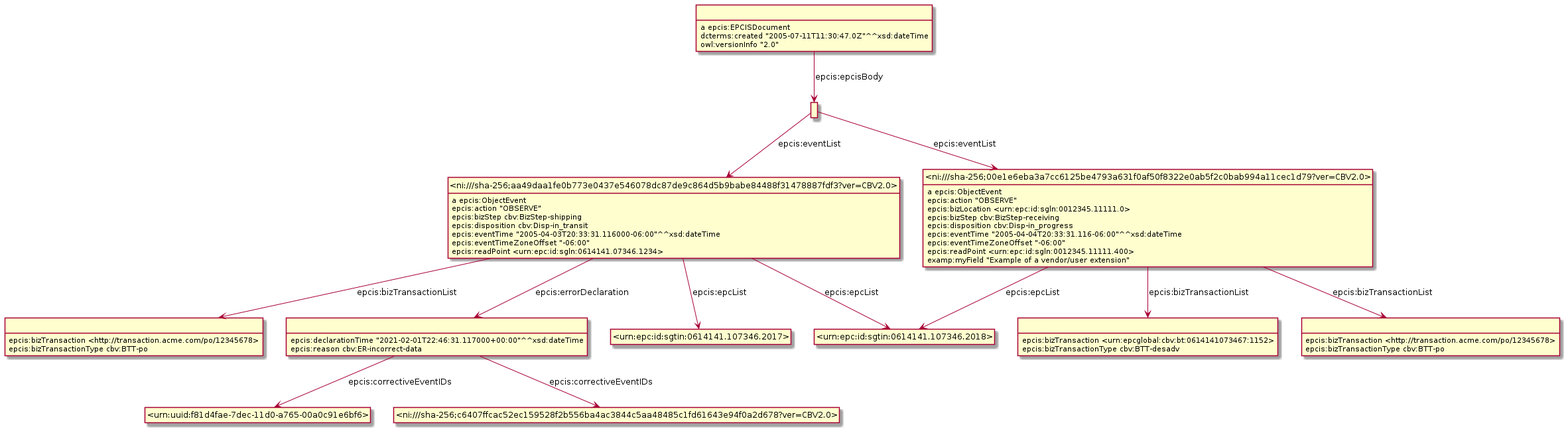
Before: Diagrams/WithErrorDeclaration/Example_9.6.1-ObjectEvent-with-error-declaration.png, a diagram exported from PlantUML (gs1/EPCIS).
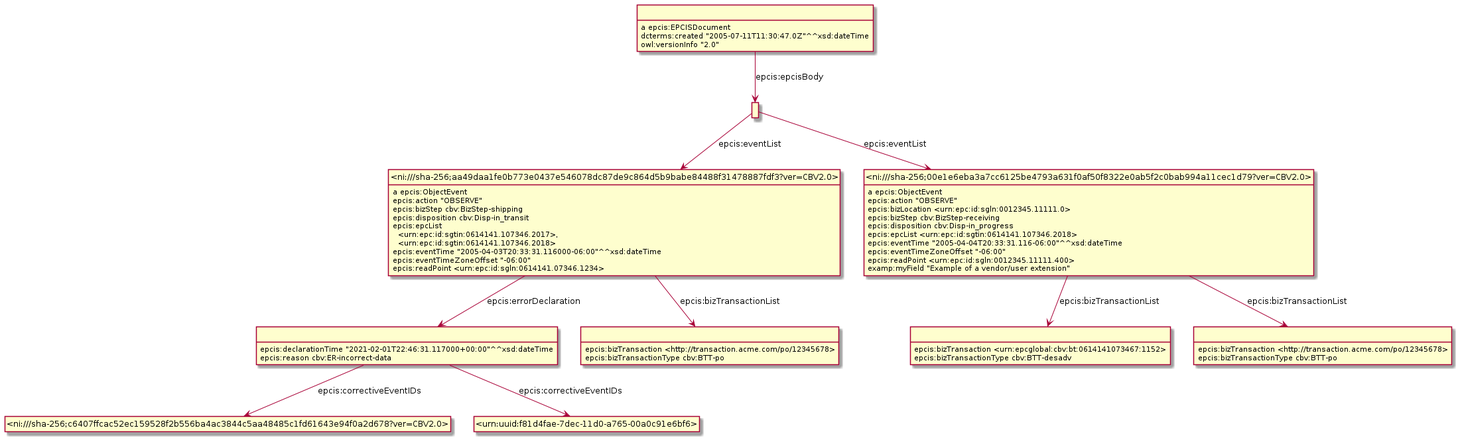
Later version of the same file.

The edit, as a diff of the source:
```diff
@@ -3,55 +3,52 @@
 hide empty attributes
 hide circle
 skinparam classAttributeIconSize 0
-class _r1631887037r2_ as " "
-_r1631887037r2_ : epcis:bizTransaction <http://transaction.acme.com/po/12345678>
-_r1631887037r2_ : epcis:bizTransactionType cbv:BTT-po
-class _r1631887037r0_ as " "
-_r1631887037r0_ : epcis:bizTransaction <urn:epcglobal:cbv:bt:0614141073467:1152>
-_r1631887037r0_ : epcis:bizTransactionType cbv:BTT-desadv
-class _r1631887037r1_ as " "
-_r1631887037r1_ : epcis:bizTransaction <http://transaction.acme.com/po/12345678>
-_r1631887037r1_ : epcis:bizTransactionType cbv:BTT-po
-class _r1631887037r3_ as " "
-class _urn_uuid_f81d4fae_7dec_11d0_a765_00a0c91e6bf6_ as "<urn:uuid:f81d4fae-7dec-11d0-a765-00a0c91e6bf6>"
-_r1631887037r3_ -down-> _urn_uuid_f81d4fae_7dec_11d0_a765_00a0c91e6bf6_ : epcis:correctiveEventIDs
-class _ni_sha_256_c6407ffcac52ec159528f2b556ba4ac3844c5aa48485c1fd61643e94f0a2d678_ver_CBV2_0_ as "<ni:///sha-256;c6407ffcac52ec159528f2b556ba4ac3844c5aa48485c1fd61643e94f0a2d678?ver=CBV2.0>"
-_r1631887037r3_ -down-> _ni_sha_256_c6407ffcac52ec159528f2b556ba4ac3844c5aa48485c1fd61643e94f0a2d678_ver_CBV2_0_ : epcis:correctiveEventIDs
-_r1631887037r3_ : epcis:declarationTime "2021-02-01T22:46:31.117000+00:00"^^xsd:dateTime
-_r1631887037r3_ : epcis:reason cbv:ER-incorrect-data
+class _r1631889703r0_ as " "
+_r1631889703r0_ : epcis:bizTransaction <urn:epcglobal:cbv:bt:0614141073467:1152>
+_r1631889703r0_ : epcis:bizTransactionType cbv:BTT-desadv
 class _ni_sha_256_aa49daa1fe0b773e0437e546078dc87de9c864d5b9babe84488f31478887fdf3_ver_CBV2_0_ as "<ni:///sha-256;aa49daa1fe0b773e0437e546078dc87de9c864d5b9babe84488f31478887fdf3?ver=CBV2.0>"
 _ni_sha_256_aa49daa1fe0b773e0437e546078dc87de9c864d5b9babe84488f31478887fdf3_ver_CBV2_0_ : a epcis:ObjectEvent
-class _urn_epc_id_sgtin_0614141_107346_2017_ as "<urn:epc:id:sgtin:0614141.107346.2017>"
-_ni_sha_256_aa49daa1fe0b773e0437e546078dc87de9c864d5b9babe84488f31478887fdf3_ver_CBV2_0_ -down-> _urn_epc_id_sgtin_0614141_107346_2017_ : epcis:epcList
-class _urn_epc_id_sgtin_0614141_107346_2018_ as "<urn:epc:id:sgtin:0614141.107346.2018>"
-_ni_sha_256_aa49daa1fe0b773e0437e546078dc87de9c864d5b9babe84488f31478887fdf3_ver_CBV2_0_ -down-> _urn_epc_id_sgtin_0614141_107346_2018_ : epcis:epcList
-_ni_sha_256_aa49daa1fe0b773e0437e546078dc87de9c864d5b9babe84488f31478887fdf3_ver_CBV2_0_ -down-> _r1631887037r3_ : epcis:errorDeclaration
-_ni_sha_256_aa49daa1fe0b773e0437e546078dc87de9c864d5b9babe84488f31478887fdf3_ver_CBV2_0_ -down-> _r1631887037r2_ : epcis:bizTransactionList
+class _r1631889703r3_ as " "
+_ni_sha_256_aa49daa1fe0b773e0437e546078dc87de9c864d5b9babe84488f31478887fdf3_ver_CBV2_0_ -down-> _r1631889703r3_ : epcis:errorDeclaration
+class _r1631889703r2_ as " "
+_ni_sha_256_aa49daa1fe0b773e0437e546078dc87de9c864d5b9babe84488f31478887fdf3_ver_CBV2_0_ -down-> _r1631889703r2_ : epcis:bizTransactionList
 _ni_sha_256_aa49daa1fe0b773e0437e546078dc87de9c864d5b9babe84488f31478887fdf3_ver_CBV2_0_ : epcis:action "OBSERVE"
 _ni_sha_256_aa49daa1fe0b773e0437e546078dc87de9c864d5b9babe84488f31478887fdf3_ver_CBV2_0_ : epcis:bizStep cbv:BizStep-shipping
 _ni_sha_256_aa49daa1fe0b773e0437e546078dc87de9c864d5b9babe84488f31478887fdf3_ver_CBV2_0_ : epcis:disposition cbv:Disp-in_transit
+_ni_sha_256_aa49daa1fe0b773e0437e546078dc87de9c864d5b9babe84488f31478887fdf3_ver_CBV2_0_ : epcis:epcList\n  <urn:epc:id:sgtin:0614141.107346.2017>,\n  <urn:epc:id:sgtin:0614141.107346.2018>
 _ni_sha_256_aa49daa1fe0b773e0437e546078dc87de9c864d5b9babe84488f31478887fdf3_ver_CBV2_0_ : epcis:eventTime "2005-04-03T20:33:31.116000-06:00"^^xsd:dateTime
 _ni_sha_256_aa49daa1fe0b773e0437e546078dc87de9c864d5b9babe84488f31478887fdf3_ver_CBV2_0_ : epcis:eventTimeZoneOffset "-06:00"
 _ni_sha_256_aa49daa1fe0b773e0437e546078dc87de9c864d5b9babe84488f31478887fdf3_ver_CBV2_0_ : epcis:readPoint <urn:epc:id:sgln:0614141.07346.1234>
-class _r1631887037r4_ as " "
-_r1631887037r4_ : a epcis:EPCISDocument
-class _r1631887037r5_ as " "
-_r1631887037r4_ -down-> _r1631887037r5_ : epcis:epcisBody
-_r1631887037r4_ : dcterms:created "2005-07-11T11:30:47.0Z"^^xsd:dateTime
-_r1631887037r4_ : owl:versionInfo "2.0"
+class _ni_sha_256_c6407ffcac52ec159528f2b556ba4ac3844c5aa48485c1fd61643e94f0a2d678_ver_CBV2_0_ as "<ni:///sha-256;c6407ffcac52ec159528f2b556ba4ac3844c5aa48485c1fd61643e94f0a2d678?ver=CBV2.0>"
+_r1631889703r3_ -down-> _ni_sha_256_c6407ffcac52ec159528f2b556ba4ac3844c5aa48485c1fd61643e94f0a2d678_ver_CBV2_0_ : epcis:correctiveEventIDs
+class _urn_uuid_f81d4fae_7dec_11d0_a765_00a0c91e6bf6_ as "<urn:uuid:f81d4fae-7dec-11d0-a765-00a0c91e6bf6>"
+_r1631889703r3_ -down-> _urn_uuid_f81d4fae_7dec_11d0_a765_00a0c91e6bf6_ : epcis:correctiveEventIDs
+_r1631889703r3_ : epcis:declarationTime "2021-02-01T22:46:31.117000+00:00"^^xsd:dateTime
+_r1631889703r3_ : epcis:reason cbv:ER-incorrect-data
+class _r1631889703r1_ as " "
+_r1631889703r1_ : epcis:bizTransaction <http://transaction.acme.com/po/12345678>
+_r1631889703r1_ : epcis:bizTransactionType cbv:BTT-po
 class _ni_sha_256_00e1e6eba3a7cc6125be4793a631f0af50f8322e0ab5f2c0bab994a11cec1d79_ver_CBV2_0_ as "<ni:///sha-256;00e1e6eba3a7cc6125be4793a631f0af50f8322e0ab5f2c0bab994a11cec1d79?ver=CBV2.0>"
 _ni_sha_256_00e1e6eba3a7cc6125be4793a631f0af50f8322e0ab5f2c0bab994a11cec1d79_ver_CBV2_0_ : a epcis:ObjectEvent
-_ni_sha_256_00e1e6eba3a7cc6125be4793a631f0af50f8322e0ab5f2c0bab994a11cec1d79_ver_CBV2_0_ -down-> _urn_epc_id_sgtin_0614141_107346_2018_ : epcis:epcList
-_ni_sha_256_00e1e6eba3a7cc6125be4793a631f0af50f8322e0ab5f2c0bab994a11cec1d79_ver_CBV2_0_ -down-> _r1631887037r1_ : epcis:bizTransactionList
-_ni_sha_256_00e1e6eba3a7cc6125be4793a631f0af50f8322e0ab5f2c0bab994a11cec1d79_ver_CBV2_0_ -down-> _r1631887037r0_ : epcis:bizTransactionList
+_ni_sha_256_00e1e6eba3a7cc6125be4793a631f0af50f8322e0ab5f2c0bab994a11cec1d79_ver_CBV2_0_ -down-> _r1631889703r1_ : epcis:bizTransactionList
+_ni_sha_256_00e1e6eba3a7cc6125be4793a631f0af50f8322e0ab5f2c0bab994a11cec1d79_ver_CBV2_0_ -down-> _r1631889703r0_ : epcis:bizTransactionList
 _ni_sha_256_00e1e6eba3a7cc6125be4793a631f0af50f8322e0ab5f2c0bab994a11cec1d79_ver_CBV2_0_ : epcis:action "OBSERVE"
 _ni_sha_256_00e1e6eba3a7cc6125be4793a631f0af50f8322e0ab5f2c0bab994a11cec1d79_ver_CBV2_0_ : epcis:bizLocation <urn:epc:id:sgln:0012345.11111.0>
 _ni_sha_256_00e1e6eba3a7cc6125be4793a631f0af50f8322e0ab5f2c0bab994a11cec1d79_ver_CBV2_0_ : epcis:bizStep cbv:BizStep-receiving
 _ni_sha_256_00e1e6eba3a7cc6125be4793a631f0af50f8322e0ab5f2c0bab994a11cec1d79_ver_CBV2_0_ : epcis:disposition cbv:Disp-in_progress
+_ni_sha_256_00e1e6eba3a7cc6125be4793a631f0af50f8322e0ab5f2c0bab994a11cec1d79_ver_CBV2_0_ : epcis:epcList <urn:epc:id:sgtin:0614141.107346.2018>
 _ni_sha_256_00e1e6eba3a7cc6125be4793a631f0af50f8322e0ab5f2c0bab994a11cec1d79_ver_CBV2_0_ : epcis:eventTime "2005-04-04T20:33:31.116-06:00"^^xsd:dateTime
 _ni_sha_256_00e1e6eba3a7cc6125be4793a631f0af50f8322e0ab5f2c0bab994a11cec1d79_ver_CBV2_0_ : epcis:eventTimeZoneOffset "-06:00"
 _ni_sha_256_00e1e6eba3a7cc6125be4793a631f0af50f8322e0ab5f2c0bab994a11cec1d79_ver_CBV2_0_ : epcis:readPoint <urn:epc:id:sgln:0012345.11111.400>
 _ni_sha_256_00e1e6eba3a7cc6125be4793a631f0af50f8322e0ab5f2c0bab994a11cec1d79_ver_CBV2_0_ : examp:myField "Example of a vendor/user extension"
-_r1631887037r5_ -down-> _ni_sha_256_aa49daa1fe0b773e0437e546078dc87de9c864d5b9babe84488f31478887fdf3_ver_CBV2_0_ : epcis:eventList
-_r1631887037r5_ -down-> _ni_sha_256_00e1e6eba3a7cc6125be4793a631f0af50f8322e0ab5f2c0bab994a11cec1d79_ver_CBV2_0_ : epcis:eventList
+class _r1631889703r5_ as " "
+_r1631889703r5_ -down-> _ni_sha_256_00e1e6eba3a7cc6125be4793a631f0af50f8322e0ab5f2c0bab994a11cec1d79_ver_CBV2_0_ : epcis:eventList
+_r1631889703r5_ -down-> _ni_sha_256_aa49daa1fe0b773e0437e546078dc87de9c864d5b9babe84488f31478887fdf3_ver_CBV2_0_ : epcis:eventList
+_r1631889703r2_ : epcis:bizTransaction <http://transaction.acme.com/po/12345678>
+_r1631889703r2_ : epcis:bizTransactionType cbv:BTT-po
+class _r1631889703r4_ as " "
+_r1631889703r4_ : a epcis:EPCISDocument
+_r1631889703r4_ -down-> _r1631889703r5_ : epcis:epcisBody
+_r1631889703r4_ : dcterms:created "2005-07-11T11:30:47.0Z"^^xsd:dateTime
+_r1631889703r4_ : owl:versionInfo "2.0"
 @enduml
```
